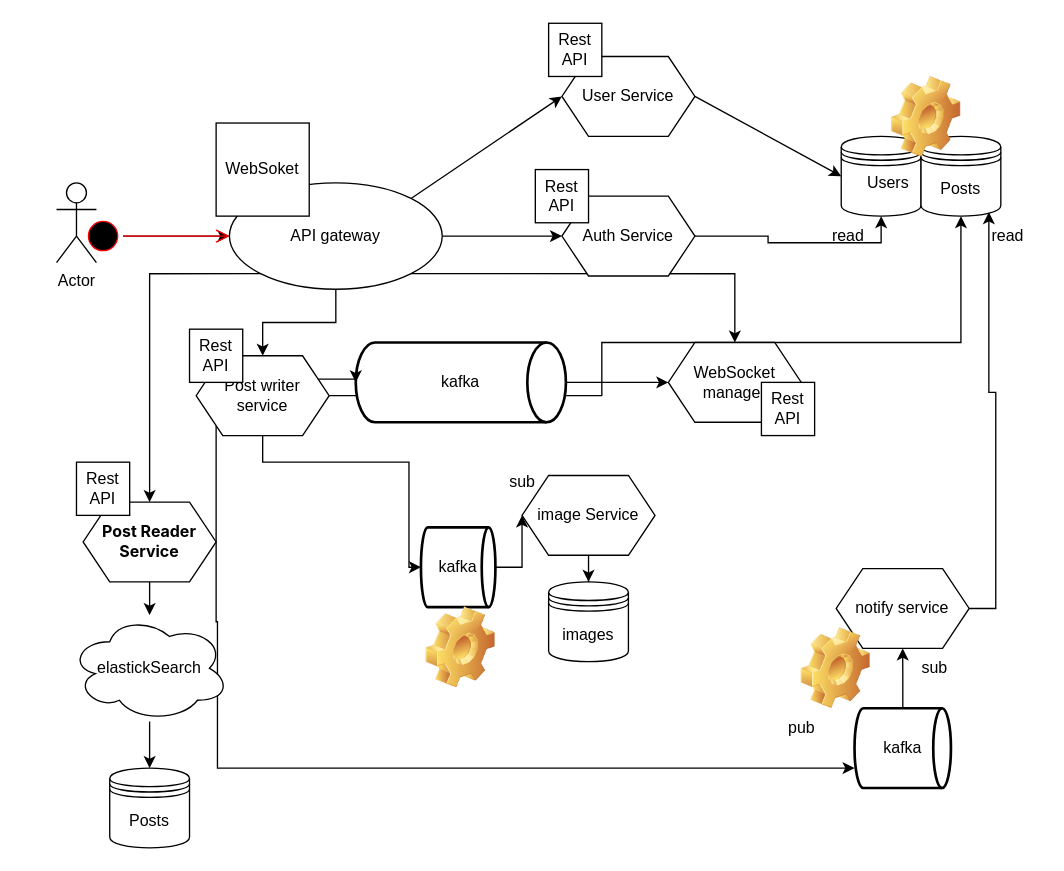
Before: src/Диаграмма без названия.drawio in maxfa5/image-boarg, a draw.io diagram. Source tidied: cells renumbered, new cells numbered last; positions are measured from the earlier drawing's top-left corner, leaving out a move shared by most shapes. Both pictures are drawn from the tidied source at 133%, with x=0, y=0 at pixel (56, 23).
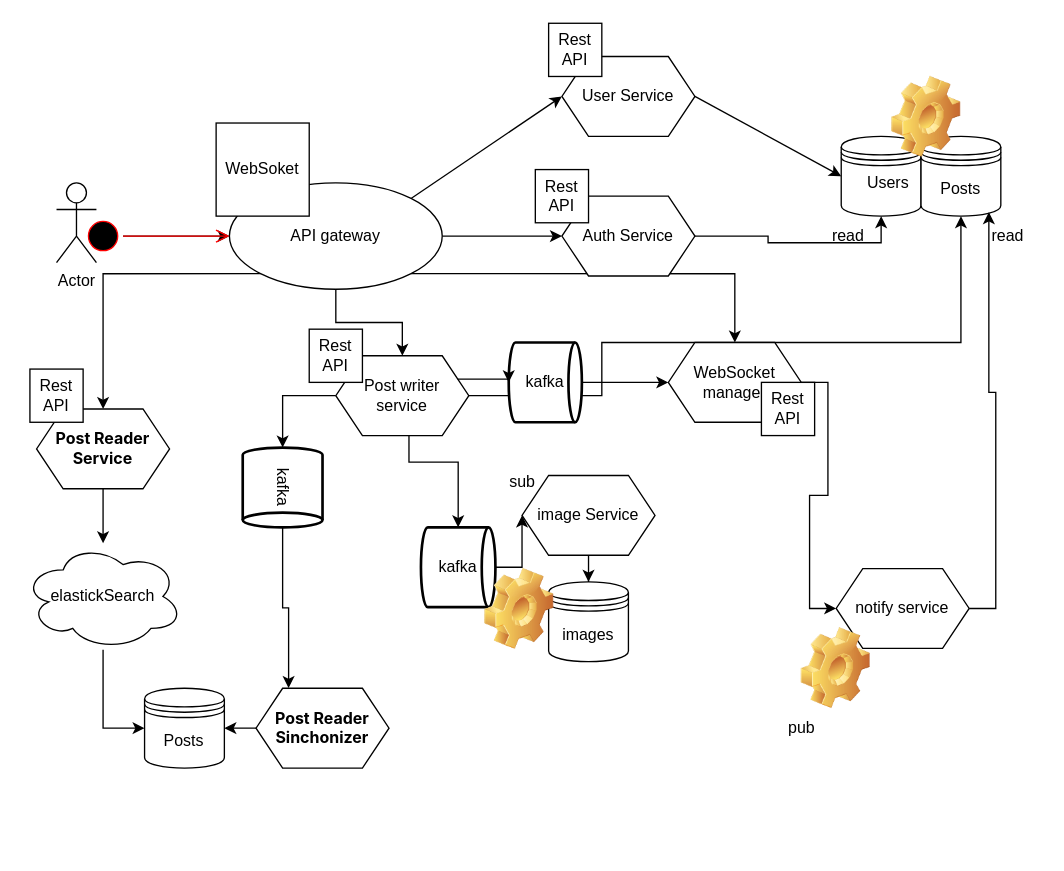
The same diagram, later.

The change refers to these unchanged cells:
```xml
<mxCell id="34" value="notify service" style="rounded=0;whiteSpace=wrap;html=1;shape=hexagon;perimeter=hexagonPerimeter2;fixedSize=1;" parent="1" vertex="1">
  <mxGeometry x="586.2" y="410" width="100" height="60" as="geometry" />
</mxCell>
<mxCell id="45" value="WebSocket manager" style="rounded=0;whiteSpace=wrap;html=1;shape=hexagon;perimeter=hexagonPerimeter2;fixedSize=1;" parent="1" vertex="1">
  <mxGeometry x="460" y="240" width="100" height="60" as="geometry" />
</mxCell>
```

What changed in the source:
```diff
@@
-    <mxCell id="21" style="edgeStyle=orthogonalEdgeStyle;rounded=0;jettySize=auto;html=1;entryX=0;entryY=0.75;entryDx=0;entryDy=0;entryPerimeter=0;" parent="1" edge="1" source="22" target="33">
-      <mxGeometry relative="1" as="geometry">
-        <Array as="points">
-          <mxPoint x="120" y="450" />
-          <mxPoint x="121" y="450" />
-          <mxPoint x="121" y="560" />
-        </Array>
-      </mxGeometry>
+    <mxCell id="21" style="edgeStyle=orthogonalEdgeStyle;rounded=0;jettySize=auto;html=1;" parent="1" edge="1" source="22" target="33">
+      <mxGeometry relative="1" as="geometry" />
     </mxCell>
     <mxCell id="22" value="Post writer service" style="rounded=0;whiteSpace=wrap;html=1;shape=hexagon;perimeter=hexagonPerimeter2;fixedSize=1;" parent="1" vertex="1">
-      <mxGeometry x="105" y="250" width="100" height="60" as="geometry" />
+      <mxGeometry x="210" y="250" width="100" height="60" as="geometry" />
     </mxCell>
@@
-    <mxCell id="32" style="edgeStyle=orthogonalEdgeStyle;rounded=0;jettySize=auto;html=1;entryX=0.5;entryY=1;entryDx=0;entryDy=0;" parent="1" edge="1" source="33" target="34">
-      <mxGeometry relative="1" as="geometry" />
-    </mxCell>
-    <mxCell id="33" value="kafka" style="strokeWidth=2;html=1;shape=mxgraph.flowchart.direct_data;whiteSpace=wrap;rotation=0;" parent="1" vertex="1">
-      <mxGeometry x="600" y="515" width="72.5" height="60" as="geometry" />
+    <mxCell id="33" value="kafka" style="strokeWidth=2;html=1;shape=mxgraph.flowchart.direct_data;whiteSpace=wrap;rotation=90;" parent="1" vertex="1">
+      <mxGeometry x="140" y="319" width="60" height="60" as="geometry" />
     </mxCell>
@@
-    <mxCell id="37" value="sub" style="text;html=1;align=center;verticalAlign=middle;strokeColor=none;fillColor=none;" parent="1" vertex="1">
-      <mxGeometry x="640" y="470" width="40" height="30" as="geometry" />
-    </mxCell>
@@
     <mxCell id="40" style="shape=image;html=1;verticalLabelPosition=bottom;verticalAlign=top;imageAspect=1;image=img/clipart/Gear_128x128.png;" parent="1" vertex="1">
-      <mxGeometry x="278" y="439" width="52" height="61" as="geometry" />
+      <mxGeometry x="322" y="410" width="52" height="61" as="geometry" />
     </mxCell>
@@
     <mxCell id="44" value="kafka" style="strokeWidth=2;html=1;shape=mxgraph.flowchart.direct_data;whiteSpace=wrap;rotation=0;" parent="1" vertex="1">
-      <mxGeometry x="225" y="240" width="158" height="60" as="geometry" />
+      <mxGeometry x="340" y="240" width="55" height="60" as="geometry" />
     </mxCell>
+    <mxCell id="55" style="edgeStyle=orthogonalEdgeStyle;rounded=0;jettySize=auto;html=1;entryX=0;entryY=0.5;entryDx=0;entryDy=0;" parent="1" edge="1" source="45" target="34">
+      <mxGeometry relative="1" as="geometry" />
+    </mxCell>
@@
-    <mxCell id="48" style="edgeStyle=orthogonalEdgeStyle;rounded=0;jettySize=auto;html=1;entryX=0.5;entryY=0;entryDx=0;entryDy=0;" parent="1" edge="1" source="52" target="50">
-      <mxGeometry relative="1" as="geometry" />
-    </mxCell>
     <mxCell id="49" value="&lt;h4 style=&quot;font-weight: var(--ds-font-weight-strong); line-height: var(--ds-md-line-height); margin: calc(var(--ds-md-zoom)*16px)0 calc(var(--ds-md-zoom)*12px)0; font-family: Inter, system-ui, -apple-system, BlinkMacSystemFont, &amp;quot;Segoe UI&amp;quot;, Roboto, &amp;quot;Noto Sans&amp;quot;, Ubuntu, Cantarell, &amp;quot;Helvetica Neue&amp;quot;, Oxygen, &amp;quot;Open Sans&amp;quot;, sans-serif;&quot;&gt;&lt;strong style=&quot;&quot;&gt;&lt;font style=&quot;color: rgb(0, 0, 0);&quot;&gt;Post Reader Service&lt;/font&gt;&lt;/strong&gt;&lt;/h4&gt;" style="rounded=0;whiteSpace=wrap;html=1;shape=hexagon;perimeter=hexagonPerimeter2;fixedSize=1;align=center;" parent="1" vertex="1">
-      <mxGeometry x="20" y="360" width="100" height="60" as="geometry" />
+      <mxGeometry x="-15" y="290" width="100" height="60" as="geometry" />
     </mxCell>
     <mxCell id="50" value="Posts" style="shape=datastore;whiteSpace=wrap;html=1;" parent="1" vertex="1">
-      <mxGeometry x="40" y="560" width="60" height="60" as="geometry" />
+      <mxGeometry x="66.2" y="500" width="60" height="60" as="geometry" />
     </mxCell>
@@
+    <mxCell id="48" style="edgeStyle=orthogonalEdgeStyle;rounded=0;jettySize=auto;html=1;entryX=0;entryY=0.5;entryDx=0;entryDy=0;" parent="1" edge="1" source="52" target="50">
+      <mxGeometry relative="1" as="geometry" />
+    </mxCell>
     <mxCell id="52" value="elastickSearch" style="ellipse;shape=cloud;whiteSpace=wrap;html=1;" parent="1" vertex="1">
-      <mxGeometry x="10" y="445" width="120" height="80" as="geometry" />
+      <mxGeometry x="-25" y="391" width="120" height="80" as="geometry" />
     </mxCell>
     <mxCell id="53" value="Rest API" style="whiteSpace=wrap;html=1;" parent="1" vertex="1">
-      <mxGeometry x="100" y="230" width="40" height="40" as="geometry" />
+      <mxGeometry x="190" y="230" width="40" height="40" as="geometry" />
     </mxCell>
     <mxCell id="54" value="Rest API" style="whiteSpace=wrap;html=1;" parent="1" vertex="1">
-      <mxGeometry x="15" y="330" width="40" height="40" as="geometry" />
+      <mxGeometry x="-20" y="260" width="40" height="40" as="geometry" />
     </mxCell>
+    <mxCell id="56" style="edgeStyle=orthogonalEdgeStyle;rounded=0;jettySize=auto;html=1;" parent="1" edge="1" source="57" target="50">
+      <mxGeometry relative="1" as="geometry" />
+    </mxCell>
+    <mxCell id="57" value="&lt;h4 style=&quot;font-weight: var(--ds-font-weight-strong); line-height: var(--ds-md-line-height); margin: calc(var(--ds-md-zoom)*16px)0 calc(var(--ds-md-zoom)*12px)0; font-family: Inter, system-ui, -apple-system, BlinkMacSystemFont, &amp;quot;Segoe UI&amp;quot;, Roboto, &amp;quot;Noto Sans&amp;quot;, Ubuntu, Cantarell, &amp;quot;Helvetica Neue&amp;quot;, Oxygen, &amp;quot;Open Sans&amp;quot;, sans-serif;&quot;&gt;&lt;strong style=&quot;&quot;&gt;&lt;font style=&quot;color: rgb(0, 0, 0);&quot;&gt;Post Reader Sinchonizer&lt;/font&gt;&lt;/strong&gt;&lt;/h4&gt;" style="rounded=0;whiteSpace=wrap;html=1;shape=hexagon;perimeter=hexagonPerimeter2;fixedSize=1;align=center;" parent="1" vertex="1">
+      <mxGeometry x="150" y="500" width="100" height="60" as="geometry" />
+    </mxCell>
+    <mxCell id="58" style="edgeStyle=orthogonalEdgeStyle;rounded=0;jettySize=auto;html=1;exitX=1;exitY=0.5;exitDx=0;exitDy=0;exitPerimeter=0;entryX=0.245;entryY=-0.002;entryDx=0;entryDy=0;entryPerimeter=0;" parent="1" edge="1" source="33" target="57">
+      <mxGeometry relative="1" as="geometry" />
+    </mxCell>
```
